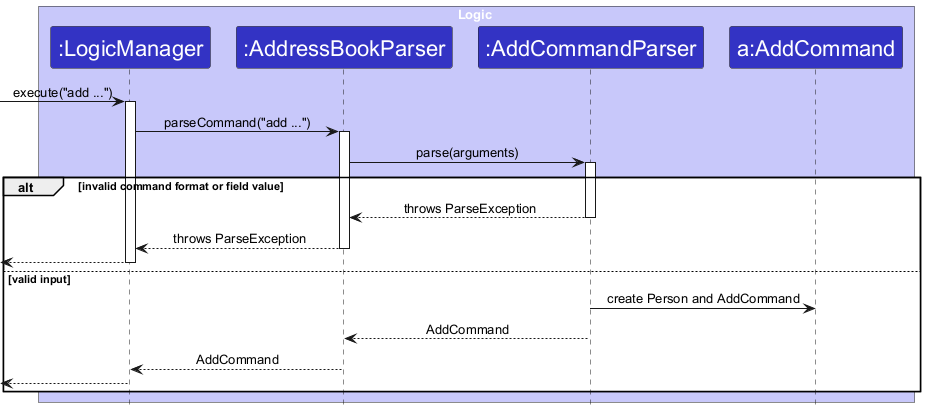
Above: docs/images/AddCommandParsingSequenceDiagram.png in AY2627S1-CS2103T-W08-3/tp (PlantUML), before the change. Its diagram source:
```plantuml
@startuml
!include style.puml
skinparam ArrowFontStyle plain
skinparam ParticipantFontSize 22
skinparam SequenceMessageFontSize 20
skinparam SequenceBoxFontSize 21
skinparam ParticipantPadding 2
skinparam Padding 0
skinparam Participant {
    Padding 8
}

box Logic LOGIC_COLOR_T1
participant ":LogicManager" as LogicManager LOGIC_COLOR
participant ":AddressBookParser" as AddressBookParser LOGIC_COLOR
participant ":AddCommandParser" as AddCommandParser LOGIC_COLOR
participant "a:AddCommand" as AddCommand LOGIC_COLOR
end box

[-> LogicManager : execute("add ...")
activate LogicManager
LogicManager -> AddressBookParser : parseCommand("add ...")
activate AddressBookParser
AddressBookParser -> AddCommandParser : parse(arguments)
activate AddCommandParser

alt invalid command format or field value
    AddCommandParser --> AddressBookParser : throws ParseException
    deactivate AddCommandParser
    AddressBookParser --> LogicManager : throws ParseException
    deactivate AddressBookParser
    [<--LogicManager
    deactivate LogicManager
else valid input
    AddCommandParser -> AddCommand : create Person and AddCommand
    AddCommandParser --> AddressBookParser : AddCommand
    deactivate AddCommandParser
    AddressBookParser --> LogicManager : AddCommand
    deactivate AddressBookParser
    [<--LogicManager
    deactivate LogicManager
end
@enduml
```
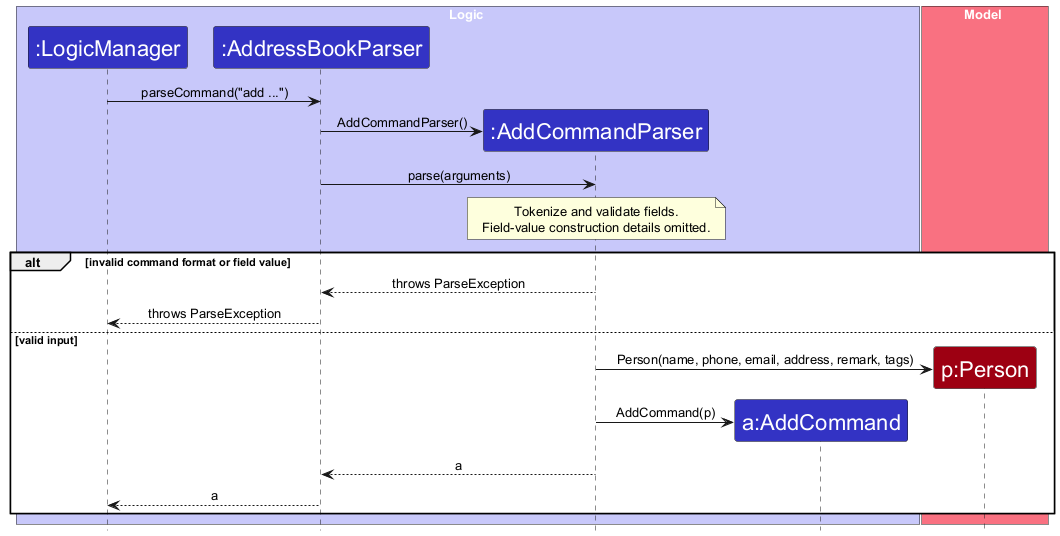
The same diagram one commit later.

Commit message:
Correct Add command sequence diagram notation

Change to the diagram source:
```diff
@@ -17,27 +17,29 @@
 participant "a:AddCommand" as AddCommand LOGIC_COLOR
 end box
 
-[-> LogicManager : execute("add ...")
-activate LogicManager
+box Model MODEL_COLOR_T1
+participant "p:Person" as Person MODEL_COLOR
+end box
+
 LogicManager -> AddressBookParser : parseCommand("add ...")
-activate AddressBookParser
+create AddCommandParser
+AddressBookParser -> AddCommandParser : AddCommandParser()
 AddressBookParser -> AddCommandParser : parse(arguments)
-activate AddCommandParser
+
+note over AddCommandParser
+    Tokenize and validate fields.
+    Field-value construction details omitted.
+end note
 
 alt invalid command format or field value
     AddCommandParser --> AddressBookParser : throws ParseException
-    deactivate AddCommandParser
     AddressBookParser --> LogicManager : throws ParseException
-    deactivate AddressBookParser
-    [<--LogicManager
-    deactivate LogicManager
 else valid input
-    AddCommandParser -> AddCommand : create Person and AddCommand
-    AddCommandParser --> AddressBookParser : AddCommand
-    deactivate AddCommandParser
-    AddressBookParser --> LogicManager : AddCommand
-    deactivate AddressBookParser
-    [<--LogicManager
-    deactivate LogicManager
+    create Person
+    AddCommandParser -> Person : Person(name, phone, email, address, remark, tags)
+    create AddCommand
+    AddCommandParser -> AddCommand : AddCommand(p)
+    AddCommandParser --> AddressBookParser : a
+    AddressBookParser --> LogicManager : a
 end
 @enduml
```
